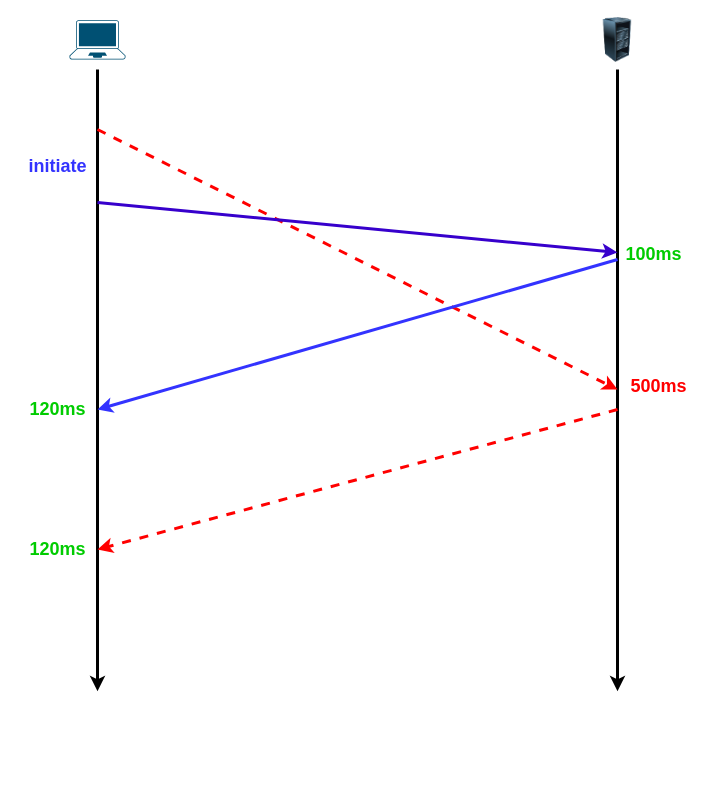
Above: tcp-handshake.drawio in auula/draw.io (draw.io), before the change. Source tidied: cells renumbered, new cells numbered last; positions are measured from the earlier drawing's top-left corner, leaving out a move shared by most shapes. Both pictures are drawn from the tidied source at 100%, with x=0, y=0 at pixel (17, 17).
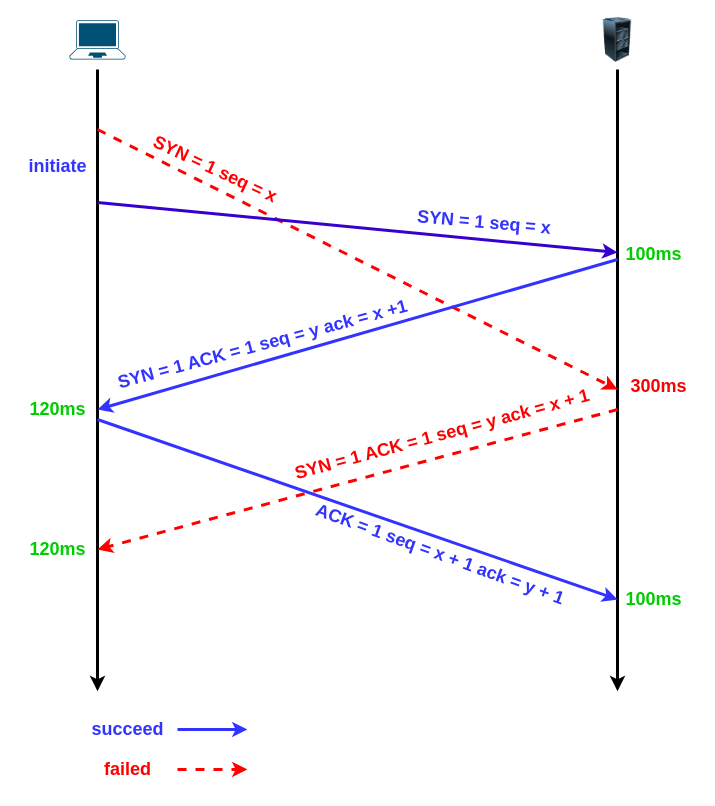
The same page after the edit.

Change to the diagram source:
```diff
@@
-    <mxCell id="9" value="&lt;b&gt;&lt;font color=&quot;#ff0000&quot;&gt;500ms&lt;/font&gt;&lt;/b&gt;" style="text;html=1;align=center;verticalAlign=middle;strokeColor=none;fillColor=none;fontSize=18;fontColor=#3333FF;" parent="1" vertex="1">
+    <mxCell id="9" value="&lt;b&gt;&lt;font color=&quot;#ff0000&quot;&gt;300ms&lt;/font&gt;&lt;/b&gt;" style="text;html=1;align=center;verticalAlign=middle;strokeColor=none;fillColor=none;fontSize=18;fontColor=#3333FF;" parent="1" vertex="1">
       <mxGeometry x="601" y="349" width="80" height="40" as="geometry" />
     </mxCell>
@@
+    <mxCell id="15" value="&lt;b style=&quot;color: rgb(255, 0, 0);&quot;&gt;SYN = 1 seq = x&lt;/b&gt;" style="text;html=1;strokeColor=none;fillColor=none;align=center;verticalAlign=middle;whiteSpace=wrap;rounded=0;fontSize=18;fontColor=#3333FF;rotation=25;" parent="1" vertex="1">
+      <mxGeometry x="108" y="137" width="180" height="30" as="geometry" />
+    </mxCell>
+    <mxCell id="16" value="&lt;b&gt;&lt;font color=&quot;#3333ff&quot;&gt;SYN = 1 seq = x&lt;/font&gt;&lt;/b&gt;" style="text;html=1;strokeColor=none;fillColor=none;align=center;verticalAlign=middle;whiteSpace=wrap;rounded=0;fontSize=18;fontColor=#FF0000;rotation=5;" parent="1" vertex="1">
+      <mxGeometry x="367" y="190" width="200" height="30" as="geometry" />
+    </mxCell>
+    <mxCell id="17" value="&lt;b&gt;SYN = 1 ACK = 1 seq = y ack = x +1&lt;/b&gt;" style="text;html=1;strokeColor=none;fillColor=none;align=center;verticalAlign=middle;whiteSpace=wrap;rounded=0;fontSize=18;fontColor=#3333FF;rotation=-15;" parent="1" vertex="1">
+      <mxGeometry x="91" y="312" width="308.8" height="30" as="geometry" />
+    </mxCell>
+    <mxCell id="18" style="endArrow=classic;html=1;rounded=0;fontSize=18;fontColor=#3333FF;strokeColor=#3333FF;strokeWidth=3;fillColor=#0050ef;" parent="1" edge="1">
+      <mxGeometry relative="1" as="geometry">
+        <mxPoint x="80" y="402" as="sourcePoint" />
+        <mxPoint x="600" y="582" as="targetPoint" />
+      </mxGeometry>
+    </mxCell>
+    <mxCell id="19" value="&lt;font color=&quot;#00cc00&quot;&gt;&lt;b&gt;100ms&lt;/b&gt;&lt;/font&gt;" style="text;html=1;align=center;verticalAlign=middle;strokeColor=none;fillColor=none;fontSize=18;fontColor=#3333FF;" parent="1" vertex="1">
+      <mxGeometry x="596" y="562" width="80" height="40" as="geometry" />
+    </mxCell>
+    <mxCell id="20" value="&lt;b&gt;&lt;font color=&quot;#3333ff&quot;&gt;ACK = 1 seq = x + 1 ack = y + 1&lt;/font&gt;&lt;/b&gt;" style="text;html=1;strokeColor=none;fillColor=none;align=center;verticalAlign=middle;whiteSpace=wrap;rounded=0;fontSize=18;fontColor=#00CC00;rotation=20;" parent="1" vertex="1">
+      <mxGeometry x="260" y="522" width="326" height="30" as="geometry" />
+    </mxCell>
+    <mxCell id="21" value="&lt;font color=&quot;#ff0000&quot;&gt;&lt;b&gt;SYN = 1 ACK = 1 seq = y ack = x + 1&lt;/b&gt;&lt;/font&gt;" style="text;html=1;strokeColor=none;fillColor=none;align=center;verticalAlign=middle;whiteSpace=wrap;rounded=0;fontSize=18;fontColor=#3333FF;rotation=-15;" parent="1" vertex="1">
+      <mxGeometry x="260" y="402" width="330" height="30" as="geometry" />
+    </mxCell>
+    <mxCell id="22" style="endArrow=classic;html=1;rounded=0;fontSize=18;fontColor=#FF0000;strokeColor=#3333FF;strokeWidth=3;" parent="1" edge="1">
+      <mxGeometry relative="1" as="geometry">
+        <mxPoint x="160" y="712" as="sourcePoint" />
+        <mxPoint x="230" y="712" as="targetPoint" />
+      </mxGeometry>
+    </mxCell>
+    <mxCell id="23" style="endArrow=classic;html=1;rounded=0;fontSize=18;fontColor=#FF0000;strokeColor=#FF0000;strokeWidth=3;dashed=1;" parent="1" edge="1">
+      <mxGeometry relative="1" as="geometry">
+        <mxPoint x="160" y="752" as="sourcePoint" />
+        <mxPoint x="230" y="752" as="targetPoint" />
+      </mxGeometry>
+    </mxCell>
+    <mxCell id="24" value="&lt;b&gt;&lt;font color=&quot;#3333ff&quot;&gt;succeed&lt;/font&gt;&lt;/b&gt;" style="text;html=1;align=center;verticalAlign=middle;strokeColor=none;fillColor=none;fontSize=18;fontColor=#FF0000;" parent="1" vertex="1">
+      <mxGeometry x="60" y="692" width="100" height="40" as="geometry" />
+    </mxCell>
+    <mxCell id="25" value="&lt;b style=&quot;&quot;&gt;failed&lt;/b&gt;" style="text;html=1;align=center;verticalAlign=middle;strokeColor=none;fillColor=none;fontSize=18;fontColor=#FF0000;" parent="1" vertex="1">
+      <mxGeometry x="75" y="732" width="70" height="40" as="geometry" />
+    </mxCell>
```
